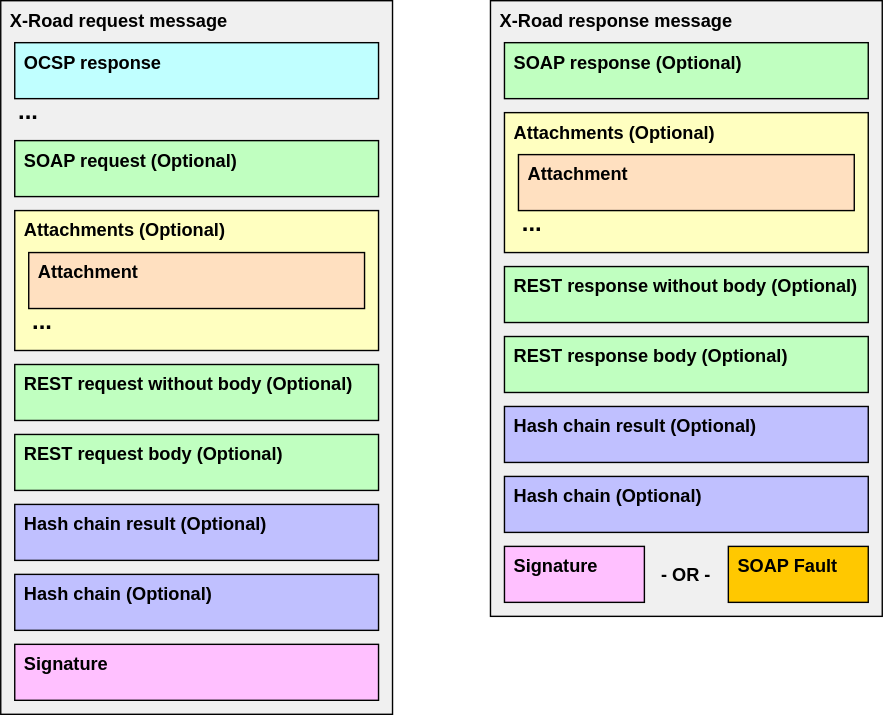
This is doc/Protocols/img/pr-messtransport-message.svg from nordic-institute/X-Road, a draw.io export, as it was before one commit. Source tidied: cells renumbered, new cells last; positions are measured from the earlier drawing's top-left corner, leaving out a move shared by most shapes.
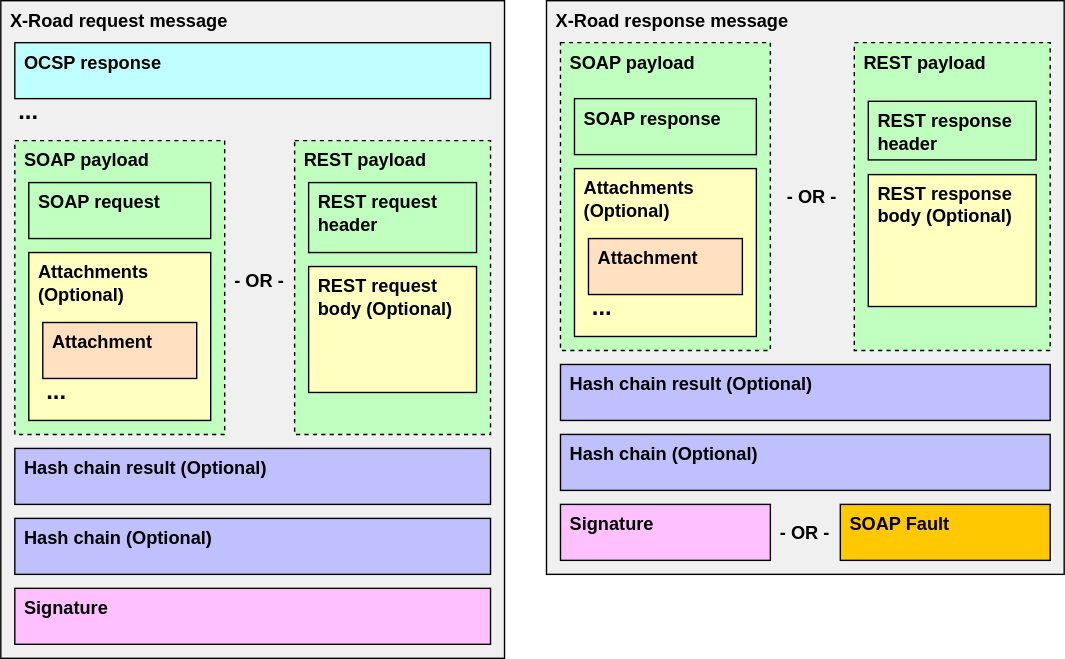
The same diagram one commit later.

Commit message:
XRDDEV-742 update messagetransport message diagram based on PR comments

Change to the diagram source:
```diff
@@ -3,82 +3,100 @@
     <mxCell id="0" />
     <mxCell id="1" parent="0" />
     <mxCell id="2" value="&lt;b style=&quot;font-size: 13px&quot;&gt;X-Road request message&lt;/b&gt;" style="rounded=0;whiteSpace=wrap;html=1;verticalAlign=top;align=left;fontSize=13;spacingLeft=5;fillColor=#F0F0F0;" parent="1" vertex="1">
-      <mxGeometry width="280" height="510" as="geometry" />
+      <mxGeometry x="-40" width="360" height="470" as="geometry" />
     </mxCell>
+    <mxCell id="28" value="&lt;b style=&quot;font-size: 13px&quot;&gt;SOAP payload&lt;/b&gt;" style="rounded=0;whiteSpace=wrap;html=1;verticalAlign=top;align=left;fontSize=13;spacingLeft=5;fillColor=#C0FFC0;dashed=1;" parent="1" vertex="1">
+      <mxGeometry x="-30" y="100" width="150" height="210" as="geometry" />
+    </mxCell>
     <mxCell id="3" value="&lt;b style=&quot;font-size: 13px;&quot;&gt;OCSP response&lt;/b&gt;" style="rounded=0;whiteSpace=wrap;html=1;fillColor=#C0FFFF;verticalAlign=top;align=left;fontSize=13;spacingLeft=5;" parent="1" vertex="1">
-      <mxGeometry x="10" y="30" width="260" height="40" as="geometry" />
+      <mxGeometry x="-30" y="30" width="340" height="40" as="geometry" />
     </mxCell>
-    <mxCell id="4" value="&lt;b style=&quot;font-size: 13px&quot;&gt;SOAP request (Optional)&lt;/b&gt;" style="rounded=0;whiteSpace=wrap;html=1;verticalAlign=top;align=left;fontSize=13;spacingLeft=5;fillColor=#C0FFC0;" parent="1" vertex="1">
-      <mxGeometry x="10" y="100" width="260" height="40" as="geometry" />
-    </mxCell>
-    <mxCell id="5" value="&lt;b style=&quot;font-size: 13px&quot;&gt;REST request without body (Optional)&lt;/b&gt;" style="rounded=0;whiteSpace=wrap;html=1;verticalAlign=top;align=left;fontSize=13;spacingLeft=5;fillColor=#C0FFC0;" parent="1" vertex="1">
-      <mxGeometry x="10" y="260" width="260" height="40" as="geometry" />
-    </mxCell>
-    <mxCell id="6" value="&lt;b style=&quot;font-size: 13px&quot;&gt;REST request body (Optional)&lt;/b&gt;" style="rounded=0;whiteSpace=wrap;html=1;verticalAlign=top;align=left;fontSize=13;spacingLeft=5;fillColor=#C0FFC0;" parent="1" vertex="1">
-      <mxGeometry x="10" y="310" width="260" height="40" as="geometry" />
-    </mxCell>
     <mxCell id="7" value="&lt;b style=&quot;font-size: 13px&quot;&gt;Hash chain result (Optional)&lt;/b&gt;" style="rounded=0;whiteSpace=wrap;html=1;verticalAlign=top;align=left;fontSize=13;spacingLeft=5;fillColor=#C0C0FF;" parent="1" vertex="1">
-      <mxGeometry x="10" y="360" width="260" height="40" as="geometry" />
+      <mxGeometry x="-30" y="320" width="340" height="40" as="geometry" />
     </mxCell>
     <mxCell id="8" value="&lt;b style=&quot;font-size: 13px&quot;&gt;Hash chain (Optional)&lt;/b&gt;" style="rounded=0;whiteSpace=wrap;html=1;verticalAlign=top;align=left;fontSize=13;spacingLeft=5;fillColor=#C0C0FF;" parent="1" vertex="1">
-      <mxGeometry x="10" y="410" width="260" height="40" as="geometry" />
+      <mxGeometry x="-30" y="370" width="340" height="40" as="geometry" />
     </mxCell>
     <mxCell id="9" value="&lt;b style=&quot;font-size: 13px&quot;&gt;Signature&lt;/b&gt;" style="rounded=0;whiteSpace=wrap;html=1;verticalAlign=top;align=left;fontSize=13;spacingLeft=5;fillColor=#FFC0FF;" parent="1" vertex="1">
-      <mxGeometry x="10" y="460" width="260" height="40" as="geometry" />
+      <mxGeometry x="-30" y="420" width="340" height="40" as="geometry" />
     </mxCell>
     <mxCell id="10" value="&lt;font style=&quot;font-size: 17px&quot;&gt;...&lt;/font&gt;" style="text;html=1;strokeColor=none;fillColor=none;align=center;verticalAlign=middle;whiteSpace=wrap;rounded=0;fontSize=13;fontStyle=1;" parent="1" vertex="1">
-      <mxGeometry y="70" width="40" height="20" as="geometry" />
+      <mxGeometry x="-40" y="70" width="40" height="20" as="geometry" />
     </mxCell>
-    <mxCell id="11" style="group;" parent="1" vertex="1">
-      <mxGeometry x="10" y="150" width="260" height="100" as="geometry" />
-    </mxCell>
+    <mxCell id="15" value="&lt;b style=&quot;font-size: 13px&quot;&gt;X-Road response message&lt;/b&gt;" style="rounded=0;whiteSpace=wrap;html=1;verticalAlign=top;align=left;fontSize=13;spacingLeft=5;fillColor=#F0F0F0;" parent="1" vertex="1">
+      <mxGeometry x="350" width="370" height="410" as="geometry" />
+    </mxCell>
+    <mxCell id="19" value="&lt;b style=&quot;font-size: 13px&quot;&gt;Hash chain result (Optional)&lt;/b&gt;" style="rounded=0;whiteSpace=wrap;html=1;verticalAlign=top;align=left;fontSize=13;spacingLeft=5;fillColor=#C0C0FF;" parent="1" vertex="1">
+      <mxGeometry x="360" y="260" width="350" height="40" as="geometry" />
+    </mxCell>
+    <mxCell id="20" value="&lt;b style=&quot;font-size: 13px&quot;&gt;Hash chain (Optional)&lt;/b&gt;" style="rounded=0;whiteSpace=wrap;html=1;verticalAlign=top;align=left;fontSize=13;spacingLeft=5;fillColor=#C0C0FF;" parent="1" vertex="1">
+      <mxGeometry x="360" y="310" width="350" height="40" as="geometry" />
+    </mxCell>
+    <mxCell id="21" value="&lt;b style=&quot;font-size: 13px&quot;&gt;Signature&lt;/b&gt;" style="rounded=0;whiteSpace=wrap;html=1;verticalAlign=top;align=left;fontSize=13;spacingLeft=5;fillColor=#FFC0FF;" parent="1" vertex="1">
+      <mxGeometry x="360" y="360" width="150" height="40" as="geometry" />
+    </mxCell>
+    <mxCell id="26" value="&lt;b style=&quot;font-size: 13px&quot;&gt;SOAP Fault&lt;/b&gt;" style="rounded=0;whiteSpace=wrap;html=1;verticalAlign=top;align=left;fontSize=13;spacingLeft=5;fillColor=#FFC800;" parent="1" vertex="1">
+      <mxGeometry x="560" y="360" width="150" height="40" as="geometry" />
+    </mxCell>
+    <mxCell id="27" value="&lt;font style=&quot;font-size: 13px;&quot;&gt;- OR -&lt;/font&gt;" style="text;html=1;strokeColor=none;fillColor=none;align=center;verticalAlign=middle;whiteSpace=wrap;rounded=0;fontSize=13;fontStyle=1;" parent="1" vertex="1">
+      <mxGeometry x="515" y="370" width="40" height="20" as="geometry" />
+    </mxCell>
+    <mxCell id="29" value="&lt;b style=&quot;font-size: 13px&quot;&gt;REST payload&lt;/b&gt;" style="rounded=0;whiteSpace=wrap;html=1;verticalAlign=top;align=left;fontSize=13;spacingLeft=5;fillColor=#C0FFC0;dashed=1;" parent="1" vertex="1">
+      <mxGeometry x="170" y="100" width="140" height="210" as="geometry" />
+    </mxCell>
+    <mxCell id="30" value="&lt;font style=&quot;font-size: 13px;&quot;&gt;- OR -&lt;/font&gt;" style="text;html=1;strokeColor=none;fillColor=none;align=center;verticalAlign=middle;whiteSpace=wrap;rounded=0;fontSize=13;fontStyle=1;" parent="1" vertex="1">
+      <mxGeometry x="125" y="190" width="40" height="20" as="geometry" />
+    </mxCell>
+    <mxCell id="4" value="&lt;b style=&quot;font-size: 13px&quot;&gt;SOAP request&lt;/b&gt;" style="rounded=0;whiteSpace=wrap;html=1;verticalAlign=top;align=left;fontSize=13;spacingLeft=5;fillColor=#C0FFC0;" parent="1" vertex="1">
+      <mxGeometry x="-20" y="130" width="130" height="40" as="geometry" />
+    </mxCell>
-    <mxCell id="12" value="&lt;b style=&quot;font-size: 13px&quot;&gt;Attachments (Optional)&lt;/b&gt;" style="rounded=0;whiteSpace=wrap;html=1;verticalAlign=top;align=left;fontSize=13;spacingLeft=5;fillColor=#FFFFC0;" parent="11" vertex="1">
-      <mxGeometry width="260" height="100" as="geometry" />
+    <mxCell id="12" value="&lt;b style=&quot;font-size: 13px&quot;&gt;Attachments (Optional)&lt;/b&gt;" style="rounded=0;whiteSpace=wrap;html=1;verticalAlign=top;align=left;fontSize=13;spacingLeft=5;fillColor=#FFFFC0;" parent="1" vertex="1">
+      <mxGeometry x="-20" y="180" width="130" height="120" as="geometry" />
     </mxCell>
-    <mxCell id="13" value="&lt;b style=&quot;font-size: 13px&quot;&gt;Attachment&lt;/b&gt;" style="rounded=0;whiteSpace=wrap;html=1;verticalAlign=top;align=left;fontSize=13;spacingLeft=5;fillColor=#FFE0C0;" parent="11" vertex="1">
-      <mxGeometry x="10" y="30" width="240" height="40" as="geometry" />
+    <mxCell id="13" value="&lt;b style=&quot;font-size: 13px&quot;&gt;Attachment&lt;/b&gt;" style="rounded=0;whiteSpace=wrap;html=1;verticalAlign=top;align=left;fontSize=13;spacingLeft=5;fillColor=#FFE0C0;" parent="1" vertex="1">
+      <mxGeometry x="-10" y="230" width="110" height="40" as="geometry" />
     </mxCell>
-    <mxCell id="14" value="&lt;font style=&quot;font-size: 17px&quot;&gt;...&lt;/font&gt;" style="text;html=1;strokeColor=none;fillColor=none;align=center;verticalAlign=middle;whiteSpace=wrap;rounded=0;fontSize=13;fontStyle=1;" parent="11" vertex="1">
-      <mxGeometry y="70" width="40" height="20" as="geometry" />
+    <mxCell id="14" value="&lt;font style=&quot;font-size: 17px&quot;&gt;...&lt;/font&gt;" style="text;html=1;strokeColor=none;fillColor=none;align=center;verticalAlign=middle;whiteSpace=wrap;rounded=0;fontSize=13;fontStyle=1;" parent="1" vertex="1">
+      <mxGeometry x="-10" y="270" width="20" height="20" as="geometry" />
     </mxCell>
-    <mxCell id="15" value="&lt;b style=&quot;font-size: 13px&quot;&gt;X-Road response message&lt;/b&gt;" style="rounded=0;whiteSpace=wrap;html=1;verticalAlign=top;align=left;fontSize=13;spacingLeft=5;fillColor=#F0F0F0;" parent="1" vertex="1">
-      <mxGeometry x="350" width="280" height="440" as="geometry" />
-    </mxCell>
+    <mxCell id="5" value="&lt;b style=&quot;font-size: 13px&quot;&gt;REST request header&lt;/b&gt;" style="rounded=0;whiteSpace=wrap;html=1;verticalAlign=top;align=left;fontSize=13;spacingLeft=5;fillColor=#C0FFC0;" parent="1" vertex="1">
+      <mxGeometry x="180" y="130" width="120" height="50" as="geometry" />
+    </mxCell>
+    <mxCell id="6" value="&lt;b style=&quot;font-size: 13px&quot;&gt;REST request body (Optional)&lt;/b&gt;" style="rounded=0;whiteSpace=wrap;html=1;verticalAlign=top;align=left;fontSize=13;spacingLeft=5;fillColor=#FFFFC0;" parent="1" vertex="1">
+      <mxGeometry x="180" y="190" width="120" height="90" as="geometry" />
+    </mxCell>
+    <mxCell id="31" value="&lt;font style=&quot;font-size: 13px;&quot;&gt;- OR -&lt;/font&gt;" style="text;html=1;strokeColor=none;fillColor=none;align=center;verticalAlign=middle;whiteSpace=wrap;rounded=0;fontSize=13;fontStyle=1;" parent="1" vertex="1">
+      <mxGeometry x="520" y="130" width="40" height="20" as="geometry" />
+    </mxCell>
+    <mxCell id="32" style="group;" parent="1" vertex="1">
+      <mxGeometry x="360" y="30" width="150" height="220" as="geometry" />
+    </mxCell>
+    <mxCell id="33" value="&lt;b style=&quot;font-size: 13px&quot;&gt;SOAP payload&lt;/b&gt;" style="rounded=0;whiteSpace=wrap;html=1;verticalAlign=top;align=left;fontSize=13;spacingLeft=5;fillColor=#C0FFC0;dashed=1;" parent="32" vertex="1">
+      <mxGeometry width="150" height="220" as="geometry" />
+    </mxCell>
-    <mxCell id="16" value="&lt;b style=&quot;font-size: 13px&quot;&gt;SOAP response (Optional)&lt;/b&gt;" style="rounded=0;whiteSpace=wrap;html=1;verticalAlign=top;align=left;fontSize=13;spacingLeft=5;fillColor=#C0FFC0;" parent="1" vertex="1">
-      <mxGeometry x="360" y="30" width="260" height="40" as="geometry" />
+    <mxCell id="16" value="&lt;b style=&quot;font-size: 13px&quot;&gt;SOAP response&lt;/b&gt;" style="rounded=0;whiteSpace=wrap;html=1;verticalAlign=top;align=left;fontSize=13;spacingLeft=5;fillColor=#C0FFC0;" parent="32" vertex="1">
+      <mxGeometry x="10" y="40" width="130" height="40" as="geometry" />
     </mxCell>
-    <mxCell id="17" value="&lt;b style=&quot;font-size: 13px&quot;&gt;REST response without body (Optional)&lt;/b&gt;" style="rounded=0;whiteSpace=wrap;html=1;verticalAlign=top;align=left;fontSize=13;spacingLeft=5;fillColor=#C0FFC0;" parent="1" vertex="1">
-      <mxGeometry x="360" y="190" width="260" height="40" as="geometry" />
-    </mxCell>
-    <mxCell id="18" value="&lt;b style=&quot;font-size: 13px&quot;&gt;REST response body (Optional)&lt;/b&gt;" style="rounded=0;whiteSpace=wrap;html=1;verticalAlign=top;align=left;fontSize=13;spacingLeft=5;fillColor=#C0FFC0;" parent="1" vertex="1">
-      <mxGeometry x="360" y="240" width="260" height="40" as="geometry" />
-    </mxCell>
-    <mxCell id="19" value="&lt;b style=&quot;font-size: 13px&quot;&gt;Hash chain result (Optional)&lt;/b&gt;" style="rounded=0;whiteSpace=wrap;html=1;verticalAlign=top;align=left;fontSize=13;spacingLeft=5;fillColor=#C0C0FF;" parent="1" vertex="1">
-      <mxGeometry x="360" y="290" width="260" height="40" as="geometry" />
-    </mxCell>
-    <mxCell id="20" value="&lt;b style=&quot;font-size: 13px&quot;&gt;Hash chain (Optional)&lt;/b&gt;" style="rounded=0;whiteSpace=wrap;html=1;verticalAlign=top;align=left;fontSize=13;spacingLeft=5;fillColor=#C0C0FF;" parent="1" vertex="1">
-      <mxGeometry x="360" y="340" width="260" height="40" as="geometry" />
-    </mxCell>
-    <mxCell id="21" value="&lt;b style=&quot;font-size: 13px&quot;&gt;Signature&lt;/b&gt;" style="rounded=0;whiteSpace=wrap;html=1;verticalAlign=top;align=left;fontSize=13;spacingLeft=5;fillColor=#FFC0FF;" parent="1" vertex="1">
-      <mxGeometry x="360" y="390" width="100" height="40" as="geometry" />
-    </mxCell>
-    <mxCell id="22" style="group;" parent="1" vertex="1">
-      <mxGeometry x="360" y="80" width="260" height="100" as="geometry" />
-    </mxCell>
-    <mxCell id="23" value="&lt;b style=&quot;font-size: 13px&quot;&gt;Attachments (Optional)&lt;/b&gt;" style="rounded=0;whiteSpace=wrap;html=1;verticalAlign=top;align=left;fontSize=13;spacingLeft=5;fillColor=#FFFFC0;" parent="22" vertex="1">
-      <mxGeometry width="260" height="100" as="geometry" />
+    <mxCell id="23" value="&lt;b style=&quot;font-size: 13px&quot;&gt;Attachments (Optional)&lt;/b&gt;" style="rounded=0;whiteSpace=wrap;html=1;verticalAlign=top;align=left;fontSize=13;spacingLeft=5;fillColor=#FFFFC0;" parent="32" vertex="1">
+      <mxGeometry x="10" y="90" width="130" height="120" as="geometry" />
     </mxCell>
-    <mxCell id="24" value="&lt;b style=&quot;font-size: 13px&quot;&gt;Attachment&lt;/b&gt;" style="rounded=0;whiteSpace=wrap;html=1;verticalAlign=top;align=left;fontSize=13;spacingLeft=5;fillColor=#FFE0C0;" parent="22" vertex="1">
-      <mxGeometry x="10" y="30" width="240" height="40" as="geometry" />
+    <mxCell id="24" value="&lt;b style=&quot;font-size: 13px&quot;&gt;Attachment&lt;/b&gt;" style="rounded=0;whiteSpace=wrap;html=1;verticalAlign=top;align=left;fontSize=13;spacingLeft=5;fillColor=#FFE0C0;" parent="32" vertex="1">
+      <mxGeometry x="20" y="140" width="110" height="40" as="geometry" />
     </mxCell>
-    <mxCell id="25" value="&lt;font style=&quot;font-size: 17px&quot;&gt;...&lt;/font&gt;" style="text;html=1;strokeColor=none;fillColor=none;align=center;verticalAlign=middle;whiteSpace=wrap;rounded=0;fontSize=13;fontStyle=1;" parent="22" vertex="1">
-      <mxGeometry y="70" width="40" height="20" as="geometry" />
+    <mxCell id="25" value="&lt;font style=&quot;font-size: 17px&quot;&gt;...&lt;/font&gt;" style="text;html=1;strokeColor=none;fillColor=none;align=center;verticalAlign=middle;whiteSpace=wrap;rounded=0;fontSize=13;fontStyle=1;" parent="32" vertex="1">
+      <mxGeometry x="20" y="180" width="20" height="20" as="geometry" />
     </mxCell>
-    <mxCell id="26" value="&lt;b style=&quot;font-size: 13px&quot;&gt;SOAP Fault&lt;/b&gt;" style="rounded=0;whiteSpace=wrap;html=1;verticalAlign=top;align=left;fontSize=13;spacingLeft=5;fillColor=#FFC800;" parent="1" vertex="1">
-      <mxGeometry x="520" y="390" width="100" height="40" as="geometry" />
-    </mxCell>
-    <mxCell id="27" value="&lt;font style=&quot;font-size: 13px;&quot;&gt;- OR -&lt;/font&gt;" style="text;html=1;strokeColor=none;fillColor=none;align=center;verticalAlign=middle;whiteSpace=wrap;rounded=0;fontSize=13;fontStyle=1;" parent="1" vertex="1">
-      <mxGeometry x="470" y="400" width="40" height="20" as="geometry" />
-    </mxCell>
+    <mxCell id="34" style="group;" parent="1" vertex="1">
+      <mxGeometry x="570" y="30" width="140" height="220" as="geometry" />
+    </mxCell>
+    <mxCell id="35" value="&lt;b style=&quot;font-size: 13px&quot;&gt;REST payload&lt;/b&gt;" style="rounded=0;whiteSpace=wrap;html=1;verticalAlign=top;align=left;fontSize=13;spacingLeft=5;fillColor=#C0FFC0;dashed=1;" parent="34" vertex="1">
+      <mxGeometry width="140" height="220" as="geometry" />
+    </mxCell>
+    <mxCell id="17" value="&lt;b style=&quot;font-size: 13px&quot;&gt;REST response header&lt;/b&gt;" style="rounded=0;whiteSpace=wrap;html=1;verticalAlign=top;align=left;fontSize=13;spacingLeft=5;fillColor=#C0FFC0;" parent="34" vertex="1">
+      <mxGeometry x="10" y="41.9" width="120" height="41.9" as="geometry" />
+    </mxCell>
+    <mxCell id="18" value="&lt;b style=&quot;font-size: 13px&quot;&gt;REST response body (Optional)&lt;/b&gt;" style="rounded=0;whiteSpace=wrap;html=1;verticalAlign=top;align=left;fontSize=13;spacingLeft=5;fillColor=#FFFFC0;" parent="34" vertex="1">
+      <mxGeometry x="10" y="94.3" width="120" height="94.3" as="geometry" />
+    </mxCell>
   </root>
 </mxGraphModel>
```
